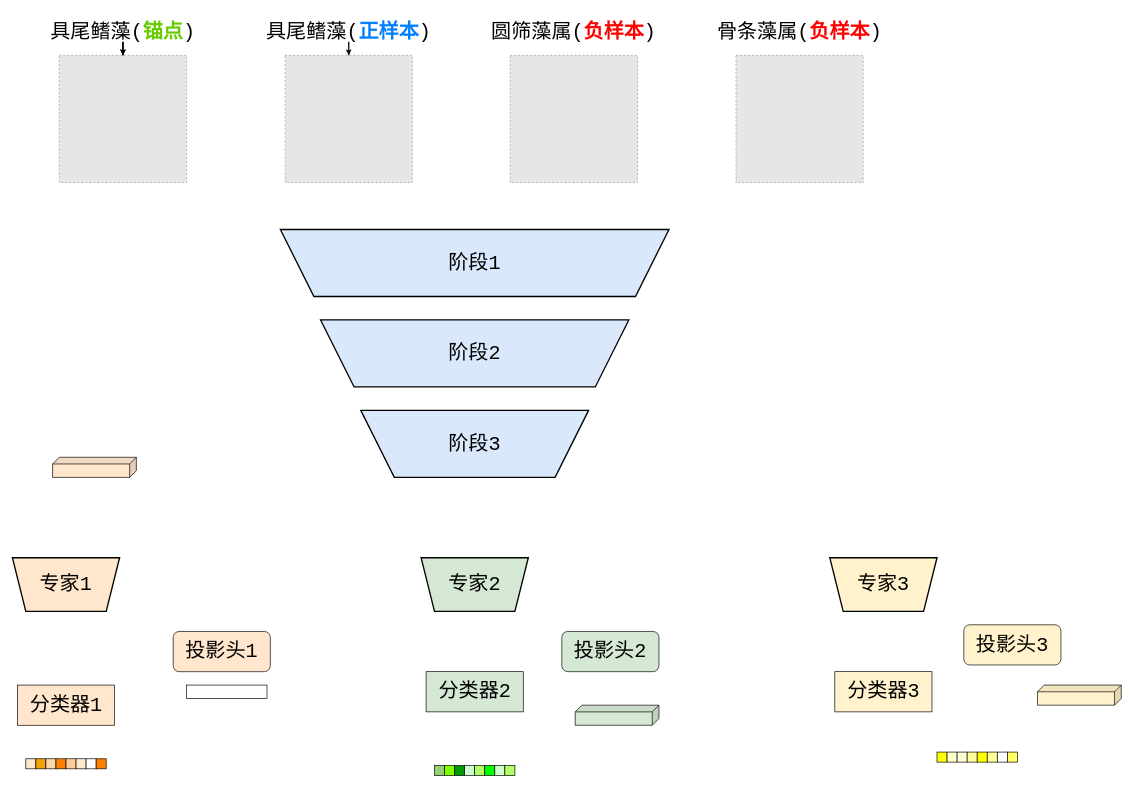
The draw.io diagram src/Deep-Learning/ECCL.drawio in SihangXie/diagrams-app, before the edit. Source tidied: cells renumbered, new cells numbered last; positions are measured from the earlier drawing's top-left corner, leaving out a move shared by most shapes. Both pictures are drawn from the tidied source at 67%, with x=0, y=0 at pixel (12, 21). Pictures stored in the file or linked from it are replaced by grey dashed boxes.
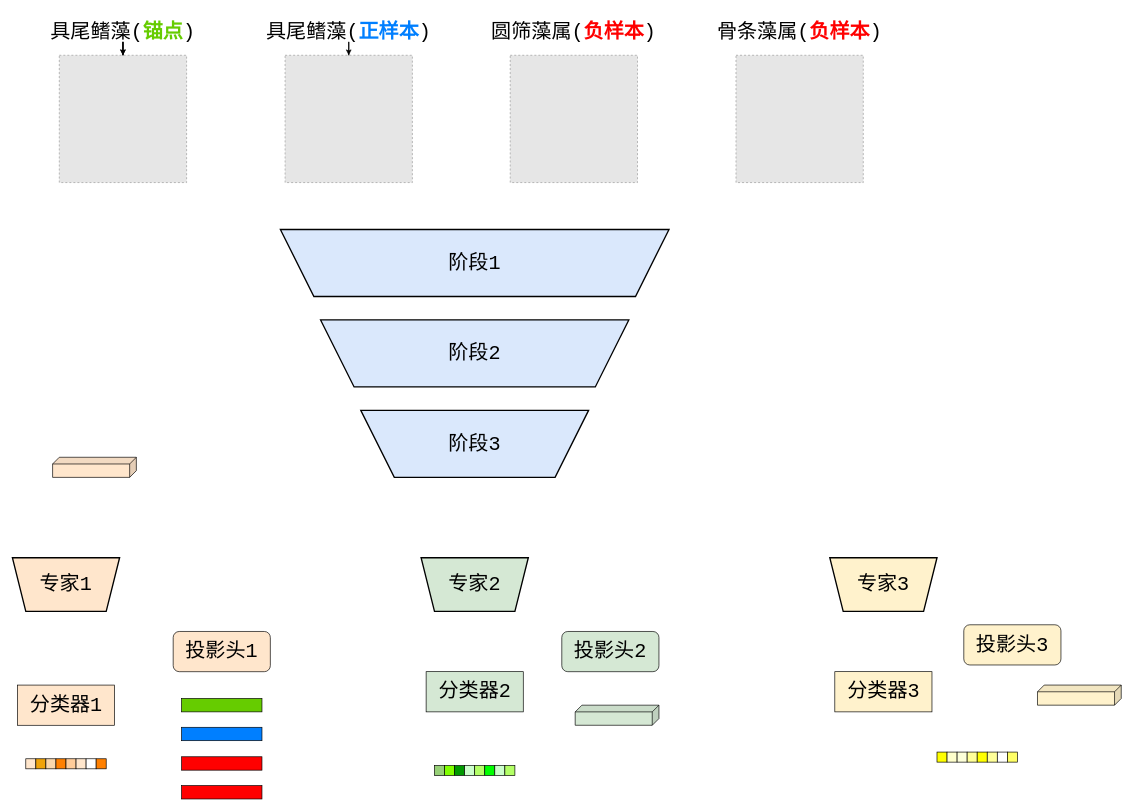
After the change.

Change to the diagram source:
```diff
@@
-    <mxCell id="54" style="rounded=0;whiteSpace=wrap;html=1;" parent="1" vertex="1">
-      <mxGeometry x="260" y="990" width="120" height="20" as="geometry" />
+    <mxCell id="54" style="rounded=0;whiteSpace=wrap;html=1;fillColor=#66CC00;" parent="1" vertex="1">
+      <mxGeometry x="252.5" y="1010" width="120" height="20" as="geometry" />
     </mxCell>
+    <mxCell id="55" style="rounded=0;whiteSpace=wrap;html=1;fillColor=#007FFF;" parent="1" vertex="1">
+      <mxGeometry x="252.5" y="1053" width="120" height="20" as="geometry" />
+    </mxCell>
+    <mxCell id="56" style="rounded=0;whiteSpace=wrap;html=1;fillColor=#FF0000;" parent="1" vertex="1">
+      <mxGeometry x="252.5" y="1097" width="120" height="20" as="geometry" />
+    </mxCell>
+    <mxCell id="57" style="rounded=0;whiteSpace=wrap;html=1;fillColor=#FF0000;" parent="1" vertex="1">
+      <mxGeometry x="252.5" y="1140" width="120" height="20" as="geometry" />
+    </mxCell>
```
